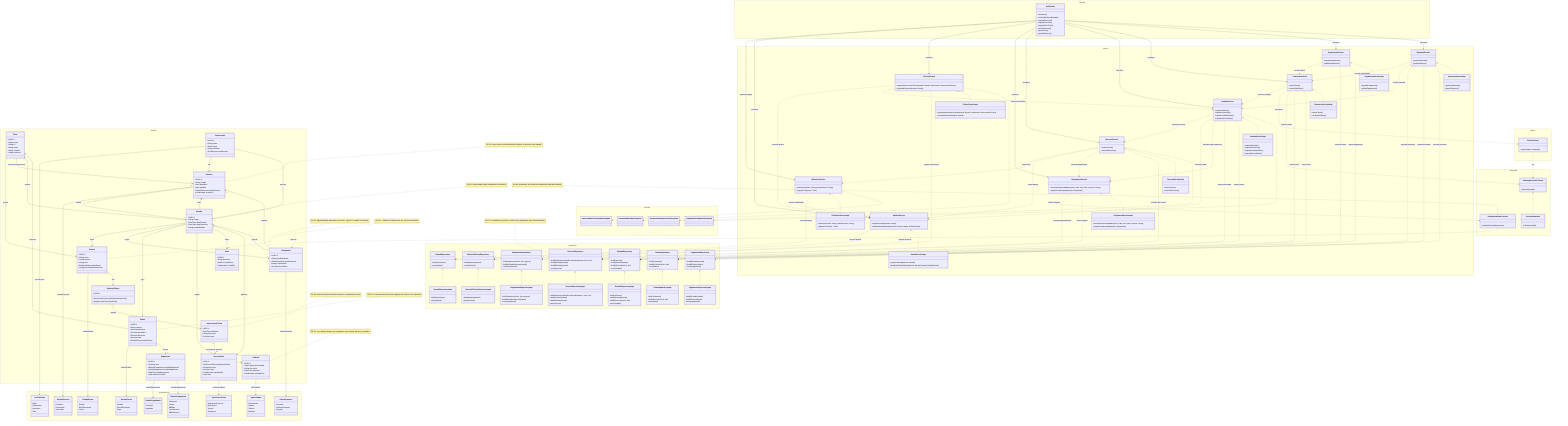
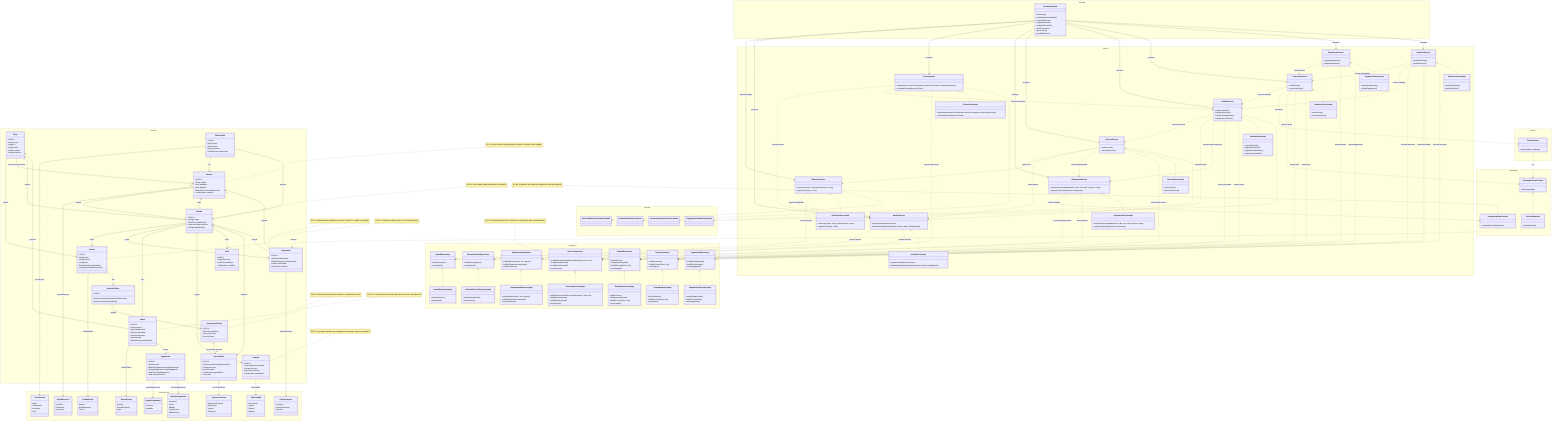
classDiagram
direction TB

%% dominio
namespace dominio {
class Tutor {
  +UUID id
  +String nome
  +String nif
  +String email
  +String contacto
  +String endereco
}

class Colaborador {
  +UUID id
  +String nome
  +String email
  +String contacto
  +PerfilAcesso perfilAcesso
}

class Animal {
  +UUID id
  +String nome
  +String especie
  +String raca
  +EstadoSaude estadoSaude
  +String necessidadesEspeciais
}

class HistorialClinico {
  +UUID id
  +IntervencaoClinica getUltimaIntervencao()
  +boolean temPrescricaoAtiva()
}

class IntervencaoClinica {
  +UUID id
  +DateTime dataHora
  +String descricao
  +Decimal custo
}

class Alojamento {
  +UUID id
  +String tipoAlojamento
  +EstadoLimpeza estadoLimpeza
  +Integer capacidade
  +Decimal precoDiario
}

class Reserva {
  +UUID id
  +String codigo
  +Date dataInicio
  +Date dataFim
  +EstadoReserva estadoReserva
  +Colaborador criadaPor
}

class Estadia {
  +UUID id
  +String codigo
  +DateTime dataCheckIn
  +DateTime dataCheckOut
  +String estadoEstadia
}

class Cuidado {
  +UUID id
  +TipoCuidado tipoCuidado
  +String descricao
  +DateTime dataHora
  +Colaborador realizadoPor
}

class Nota {
  +UUID id
  +String descricao
  +DateTime dataHora
  +Colaborador criadaPor
}

class ServicoExtra {
  +UUID id
  +TipoServicoExtra tipoServicoExtra
  +String descricao
  +Decimal custo
  +Colaborador registadoPor
  +Date data
}

class Fatura {
  +UUID id
  +String numero
  +Date dataEmissao
  +Decimal valorBase
  +Decimal desconto
  +Decimal total
  +EstadoFatura estadoFatura
}

class Pagamento {
  +UUID id
  +Decimal valor
  +MetodoPagamento metodoPagamento
  +EstadoPagamento estadoPagamento
  +DateTime dataPagamento
  +Date dataVencimento
}

}

namespace fachada {
- class ApiFacade {
+ class GestHotelFacade {
  +autenticar()
  +consultarDisponibilidade()
  +registarReserva()
  +registarCheckIn()
  +registarCheckOut()
  +gerirFaturacao()
  +gerirClinica()
  +gerarRelatorios()
}

}

%% servico
namespace servico {
class UtilizadorService {
  +autenticar(email: String, palavraPasse: String)
  +registarTutor(tutor: Tutor)
}

class UtilizadorServiceImpl {
  +autenticar(email: String, palavraPasse: String)
  +registarTutor(tutor: Tutor)
}

class AnimalService {
  +registarAnimal(animal: Animal)
  +atualizarEstadoSaude(animal: Animal, estado: EstadoSaude)
}

class AnimalServiceImpl {
  +registarAnimal(animal: Animal)
  +atualizarEstadoSaude(animal: Animal, estado: EstadoSaude)
}

class ClinicaService {
  +registarIntervencaoClinica(animal: Animal, intervencao: IntervencaoClinica)
  +consultarHistorial(animal: Animal)
}

class ClinicaServiceImpl {
  +registarIntervencaoClinica(animal: Animal, intervencao: IntervencaoClinica)
  +consultarHistorial(animal: Animal)
}

class AlojamentoService {
  +consultarDisponibilidade(inicio: Date, fim: Date, especie: String)
  +registarLimpeza(alojamento: Alojamento)
}

class AlojamentoServiceImpl {
  +consultarDisponibilidade(inicio: Date, fim: Date, especie: String)
  +registarLimpeza(alojamento: Alojamento)
}

class ReservaService {
  +criarReserva()
  +cancelarReserva()
}

class ReservaServiceImpl {
  +criarReserva()
  +cancelarReserva()
}

class EstadiaService {
  +registarCheckIn()
  +registarCheckOut()
  +registarCuidadoDiario()
  +registarServicoExtra()
}

class EstadiaServiceImpl {
  +registarCheckIn()
  +registarCheckOut()
  +registarCuidadoDiario()
  +registarServicoExtra()
}

class FaturacaoService {
  +emitirFatura()
  +recalcularFatura()
}

class FaturacaoServiceImpl {
  +emitirFatura()
  +recalcularFatura()
}

class PagamentoService {
  +registarPagamento()
  +validarPagamento()
}

class PagamentoServiceImpl {
  +registarPagamento()
  +validarPagamento()
}

class RelatorioService {
  +gerarDashboard()
  +gerarRelatorios()
}

class RelatorioServiceImpl {
  +gerarDashboard()
  +gerarRelatorios()
}

}

%% repositorio
namespace repositorio {
class AlojamentoRepository {
  +findDisponiveis(inicio, fim, especie)
  +findByEstadoLimpeza(estado)
  +save(alojamento)
}

class AlojamentoRepositoryImpl {
  +findDisponiveis(inicio, fim, especie)
  +findByEstadoLimpeza(estado)
  +save(alojamento)
}

class ReservaRepository {
  +findByAlojamentoAndPeriodo(alojamento, inicio, fim)
  +findByAnimal(animal)
  +findByEstado(estado)
  +save(reserva)
}

class ReservaRepositoryImpl {
  +findByAlojamentoAndPeriodo(alojamento, inicio, fim)
  +findByAnimal(animal)
  +findByEstado(estado)
  +save(reserva)
}

class EstadiaRepository {
  +findEmCurso()
  +findByAnimal(animal)
  +findByPeriodo(inicio, fim)
  +save(estadia)
}

class EstadiaRepositoryImpl {
  +findEmCurso()
  +findByAnimal(animal)
  +findByPeriodo(inicio, fim)
  +save(estadia)
}

class FaturaRepository {
  +findPendentes()
  +findByPeriodo(inicio, fim)
  +save(fatura)
}

class FaturaRepositoryImpl {
  +findPendentes()
  +findByPeriodo(inicio, fim)
  +save(fatura)
}

class PagamentoRepository {
  +findByEstado(estado)
  +findByFatura(fatura)
  +save(pagamento)
}

class PagamentoRepositoryImpl {
  +findByEstado(estado)
  +findByFatura(fatura)
  +save(pagamento)
}

class AnimalRepository {
  +findByTutor(tutor)
  +save(animal)
}

class AnimalRepositoryImpl {
  +findByTutor(tutor)
  +save(animal)
}

class HistorialClinicoRepository {
  +findByAnimal(animal)
  +save(historial)
}

class HistorialClinicoRepositoryImpl {
  +findByAnimal(animal)
  +save(historial)
}

}

%% fabrica
namespace fabrica {
class FaturaFactory {
  +criar(estadia, estrategia)
}

}

%% estrategia
namespace estrategia {
class EstrategiaCalculoFatura {
  +calcular(estadia)
}

class CalculoStandard {
  +calcular(estadia)
}

class AlojamentoStateListener {
  +estadoAlterado(alojamento)
}

}

%% excecao
namespace excecao {
class ReservaNaoConfirmadaException
class AlojamentoIndisponivelException
class PagamentoPendenteException
class AnimalEmEstadiaException

}

%% enumeracoes
namespace enumeracoes {
class EstadoSaude {
  Estavel
  EmObservacao
  Critico
}

class EstadoReserva {
  Pendente
  Confirmada
  Cancelada
}

class MetodoPagamento {
  Numerario
  Cartao
  MBWay
  Transferencia
  MBReference
}

class TipoCuidado {
  Alimentacao
  Higiene
  Passeio
  Medicao
}

class TipoServicoExtra {
  MedicacaoPrescrita
  BanhoExtra
  Tosquia
  Transporte
}

class EstadoLimpeza {
  Concluido
  PendenteLimpeza
  Ocupado
}

class EstadoFatura {
  Emitida
  ParcialPendente
  Paga
}

class EstadoPagamento {
  Pendente
  Liquidado
}

class PerfilAcesso {
  Admin
  Colaborador
  Veterinario
  Tutor
}

}

%% facade and service boundaries
- ApiFacade --> UtilizadorService : autentica/regista
- ApiFacade --> AnimalService : coordena
- ApiFacade --> ClinicaService : coordena
- ApiFacade --> AlojamentoService : coordena
- ApiFacade --> ReservaService : coordena
- ApiFacade --> EstadiaService : coordena
- ApiFacade --> FaturacaoService : coordena
- ApiFacade --> PagamentoService : coordena
- ApiFacade --> RelatorioService : coordena
+ GestHotelFacade --> UtilizadorService : autentica/regista
+ GestHotelFacade --> AnimalService : coordena
+ GestHotelFacade --> ClinicaService : coordena
+ GestHotelFacade --> AlojamentoService : coordena
+ GestHotelFacade --> ReservaService : coordena
+ GestHotelFacade --> EstadiaService : coordena
+ GestHotelFacade --> FaturacaoService : coordena
+ GestHotelFacade --> PagamentoService : coordena
+ GestHotelFacade --> RelatorioService : coordena

UtilizadorService ..> AnimalService : suporta onboarding
ReservaService ..> UtilizadorService : valida tutor
ReservaService ..> AnimalService : valida animal
ReservaService ..> AlojamentoService : valida disponibilidade
EstadiaService ..> ReservaService : confirma reserva
EstadiaService ..> AnimalService : atualiza estado
EstadiaService ..> AlojamentoService : liberta/ocupa alojamento
FaturacaoService ..> EstadiaService : consome estadia
FaturacaoService ..> FaturaFactory : cria fatura
FaturacaoService ..> EstrategiaCalculoFatura : calcula custos
PagamentoService ..> FaturacaoService : associa fatura
RelatorioService ..> FaturacaoService : recolhe indicadores
RelatorioService ..> EstadiaService : recolhe estadias
ClinicaService ..> AnimalService : consulta animal
ClinicaService ..> EstadiaService : referencia estadia
AlojamentoService ..> AlojamentoStateListener : notifica limpeza

%% service to repository wiring
UtilizadorService ..> AnimalRepository : consulta/regista
AnimalService ..> AnimalRepository : persiste animal
AnimalService ..> HistorialClinicoRepository : atualiza historial
ClinicaService ..> HistorialClinicoRepository : regista intervencao
AlojamentoService ..> AlojamentoRepository : consulta disponibilidade
AlojamentoService ..> AlojamentoRepository : altera limpeza
ReservaService ..> ReservaRepository : cria/cancela reserva
EstadiaService ..> EstadiaRepository : cria/fecha estadia
EstadiaService ..> ReservaRepository : valida reserva
FaturacaoService ..> EstadiaRepository : calcula base
FaturacaoService ..> FaturaRepository : emite fatura
PagamentoService ..> FaturaRepository : associa fatura
PagamentoService ..> PagamentoRepository : regista pagamento
RelatorioService ..> FaturaRepository : consulta faturacao
RelatorioService ..> EstadiaRepository : consulta estadias
RelatorioService ..> ReservaRepository : consulta reservas

%% domain ownership for enums
Animal --> EstadoSaude : estadoSaude
Reserva --> EstadoReserva : estadoReserva
Alojamento --> EstadoLimpeza : estadoLimpeza
Cuidado --> TipoCuidado : tipoCuidado
ServicoExtra --> TipoServicoExtra : tipoServicoExtra
Fatura --> EstadoFatura : estadoFatura
Pagamento --> EstadoPagamento : estadoPagamento
Pagamento --> MetodoPagamento : metodoPagamento
Colaborador --> PerfilAcesso : perfilAcesso

Tutor "1" --> "0..*" Animal : possui
Tutor "1" --> "0..*" Reserva : referencia operacional
Colaborador "1" --> "0..*" Reserva : cria
Colaborador "1" --> "0..*" Estadia : executa
Animal "1" --> "1" HistorialClinico : tem
HistorialClinico "1" --> "0..*" IntervencaoClinica : agrega
Alojamento "1" --> "0..*" Reserva : suporta
Alojamento "1" --> "0..*" Estadia : suporta
Reserva "0..1" --> "1" Estadia : origina
Estadia "1" --> "1" Reserva : base
Estadia "*" --> "1" Tutor : rastreia
Estadia "*" --> "1" Animal : inclui
Estadia "*" --> "1" Alojamento : ocupa
Estadia "1" --> "1" Fatura : gera
Estadia "1" --> "0..*" Cuidado : regista
Estadia "1" --> "0..*" Nota : inclui
Estadia "1" --> "0..*" ServicoExtra : adiciona
Fatura "*" --> "1" Tutor : pertence
Fatura "1" --> "1..*" Pagamento : recebe
IntervencaoClinica "0..1" --> "0..1" ServicoExtra : associacao opcional

UtilizadorService <|.. UtilizadorServiceImpl
AnimalService <|.. AnimalServiceImpl
ClinicaService <|.. ClinicaServiceImpl
AlojamentoService <|.. AlojamentoServiceImpl
ReservaService <|.. ReservaServiceImpl
EstadiaService <|.. EstadiaServiceImpl
FaturacaoService <|.. FaturacaoServiceImpl
PagamentoService <|.. PagamentoServiceImpl
RelatorioService <|.. RelatorioServiceImpl

AlojamentoRepository <|.. AlojamentoRepositoryImpl
ReservaRepository <|.. ReservaRepositoryImpl
EstadiaRepository <|.. EstadiaRepositoryImpl
FaturaRepository <|.. FaturaRepositoryImpl
PagamentoRepository <|.. PagamentoRepositoryImpl
AnimalRepository <|.. AnimalRepositoryImpl
HistorialClinicoRepository <|.. HistorialClinicoRepositoryImpl

EstrategiaCalculoFatura <|.. CalculoStandard
FaturaFactory ..> EstrategiaCalculoFatura : usa
AlojamentoStateListener ..> Alojamento : observa

UtilizadorService ..> ReservaNaoConfirmadaException
ReservaService ..> AlojamentoIndisponivelException
EstadiaService ..> PagamentoPendenteException
ClinicaService ..> AnimalEmEstadiaException

note for Alojamento "RD-01: disponibilidade depende de periodo, especie e estado de limpeza."
note for Reserva "RD-02: uma reserva confirmada pode originar no maximo uma estadia."
note for Estadia "RD-03: uma estadia exige exatamente uma fatura."
note for Fatura "RD-04: a fatura suporta relatorio financeiro e auditoria por tutor."
note for Animal "RD-05: o estado de saude deve ser um enum fechado."
note for IntervencaoClinica "RD-06: a intervencao clinica pode originar um servico extra opcional."
note for Cuidado "RD-07: os cuidados diários sao registados pela estadia, nao pelo controller."
note for AlojamentoStateListener "RD-08: mudancas de estado de alojamento notificam limpeza."
note for ReservaRepository "RD-09: consultas por periodo e estado sao obrigatorias para rastreabilidade."